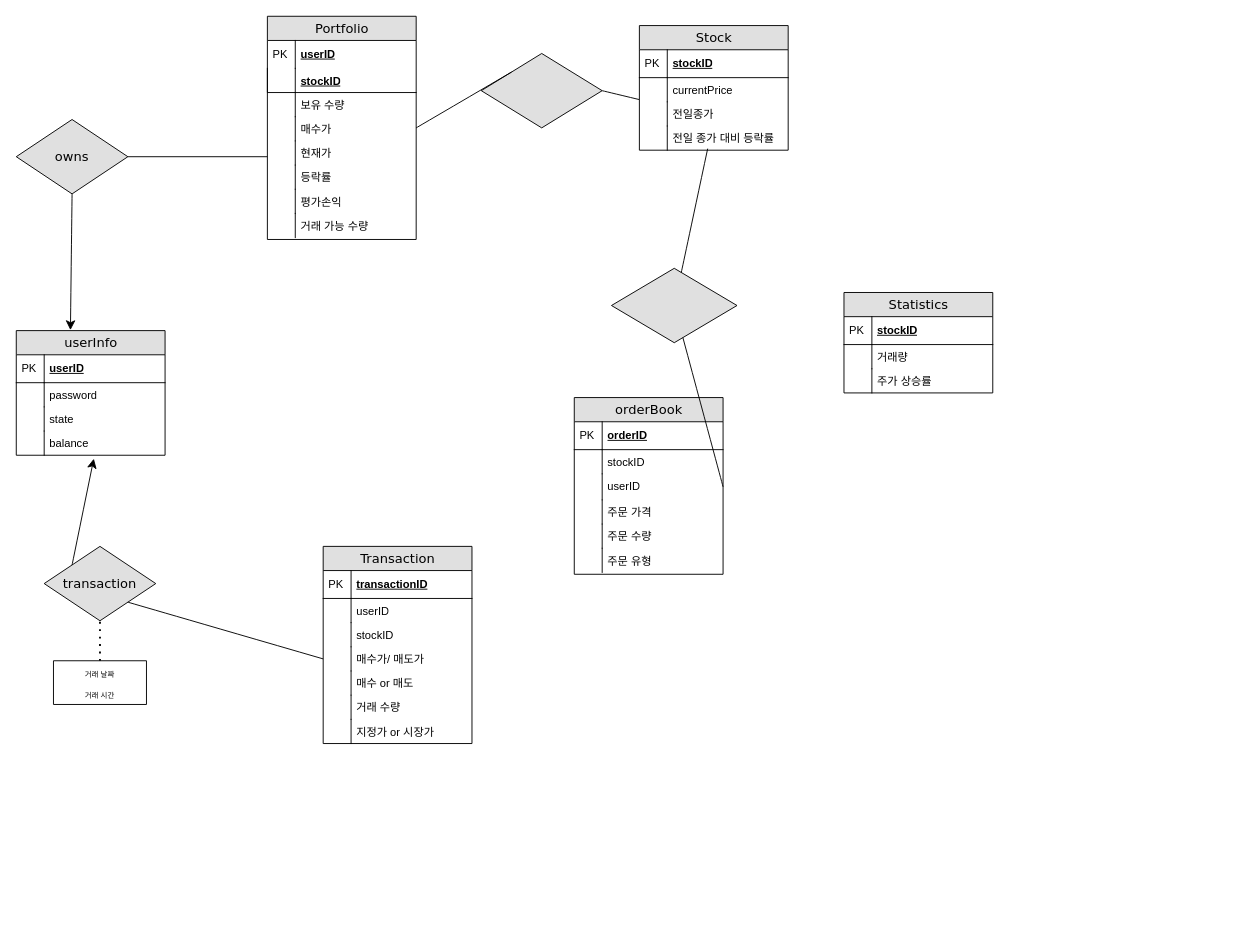
Before: page "Page-1" (1 of 2) of 제목 없는 다이어그램.drawio in juri1135/DBMS_2024, a draw.io diagram. Source tidied: cells renumbered, new cells numbered last; positions are measured from the earlier drawing's top-left corner, leaving out a move shared by most shapes. Both pictures are drawn from the tidied source at 93%, with x=0, y=0 at pixel (16, 16).
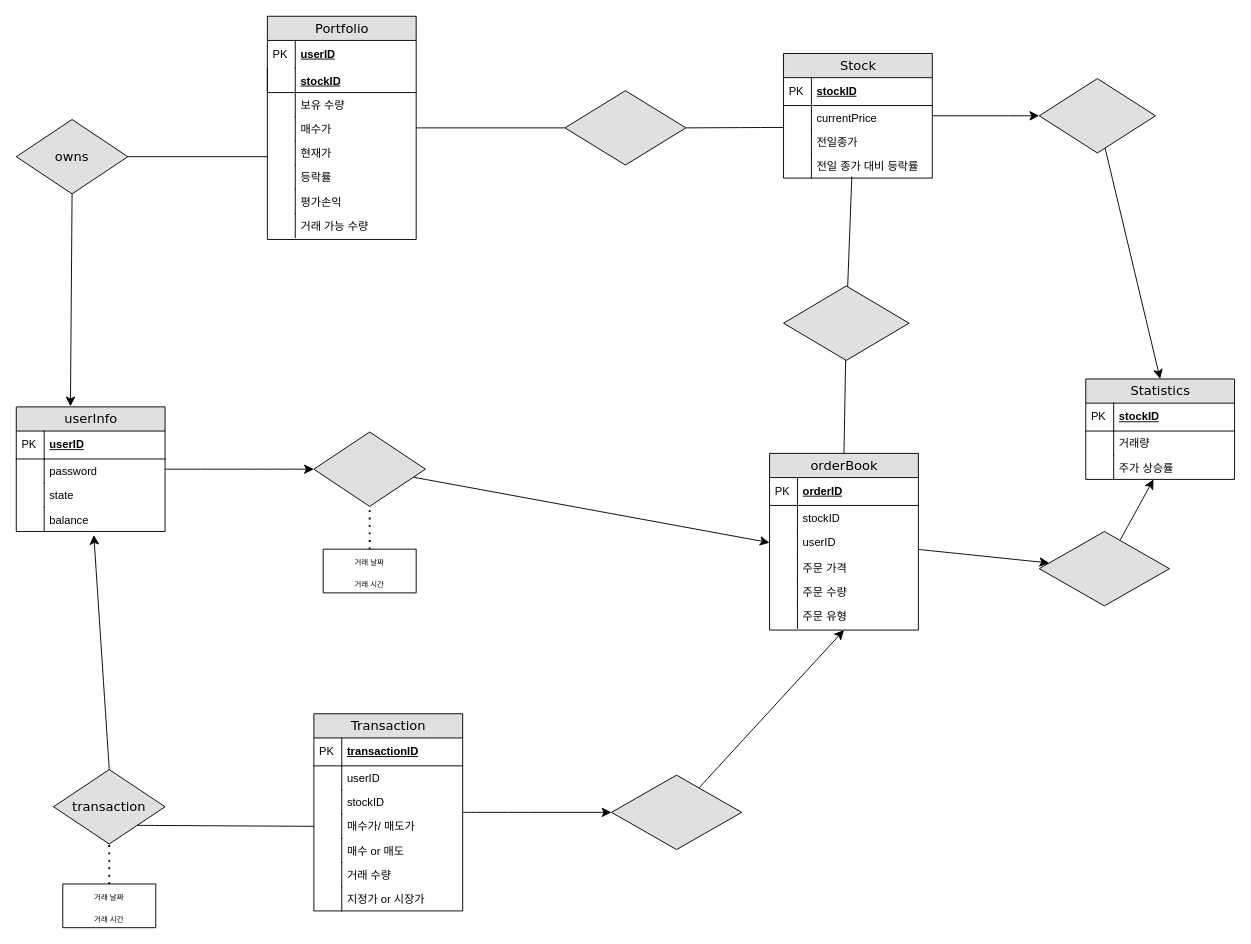
The same page after the edit.

Commit message (it also covers changes not shown here):
제목 없는 다이어그램.drawio 업데이트

The change refers to these unchanged cells:
```xml
<mxCell id="39" value="userID" style="shape=partialRectangle;top=0;left=0;right=0;bottom=0;html=1;align=left;verticalAlign=top;fillColor=none;spacingLeft=34;spacingRight=4;whiteSpace=wrap;overflow=hidden;points=[[0,0.5],[1,0.5]];portConstraint=eastwest;" parent="34" vertex="1">
  <mxGeometry y="82" width="160" height="28" as="geometry" />
</mxCell>
<mxCell id="61" value="주가 상승률" style="shape=partialRectangle;top=0;left=0;right=0;bottom=0;html=1;align=left;verticalAlign=top;fillColor=none;spacingLeft=34;spacingRight=4;whiteSpace=wrap;overflow=hidden;points=[[0,0.5],[1,0.5]];portConstraint=eastwest;" parent="56" vertex="1">
  <mxGeometry y="82" width="160" height="26" as="geometry" />
</mxCell>
<mxCell id="70" value="balance" style="shape=partialRectangle;top=0;left=0;right=0;bottom=0;html=1;align=left;verticalAlign=top;fillColor=none;spacingLeft=34;spacingRight=4;whiteSpace=wrap;overflow=hidden;points=[[0,0.5],[1,0.5]];portConstraint=eastwest;" parent="63" vertex="1">
  <mxGeometry y="108" width="160" height="26" as="geometry" />
</mxCell>
```

Change to the diagram source:
```diff
@@
+    <mxCell id="88" style="edgeStyle=none;curved=1;rounded=0;jettySize=auto;html=1;fontSize=12;startSize=8;endSize=8;" parent="1" edge="1" source="19" target="93">
+      <mxGeometry relative="1" as="geometry" />
+    </mxCell>
     <mxCell id="19" value="Transaction" style="swimlane;html=1;fontStyle=0;horizontal=1;startSize=26;fillColor=#e0e0e0;swimlaneFillColor=#ffffff;align=center;rounded=0;shadow=0;comic=0;labelBackgroundColor=none;strokeWidth=1;fontFamily=Verdana;fontSize=14;" parent="1" vertex="1">
-      <mxGeometry x="330" y="570" width="160" height="212" as="geometry" />
+      <mxGeometry x="320" y="750" width="160" height="212" as="geometry" />
     </mxCell>
@@
+    <mxCell id="89" style="edgeStyle=none;curved=1;rounded=0;jettySize=auto;html=1;fontSize=12;startSize=8;endSize=8;" parent="1" edge="1" source="34" target="97">
+      <mxGeometry relative="1" as="geometry" />
+    </mxCell>
     <mxCell id="34" value="orderBook" style="swimlane;html=1;fontStyle=0;horizontal=1;startSize=26;fillColor=#e0e0e0;swimlaneFillColor=#ffffff;align=center;rounded=0;shadow=0;comic=0;labelBackgroundColor=none;strokeWidth=1;fontFamily=Verdana;fontSize=14;" parent="1" vertex="1">
-      <mxGeometry x="600" y="410" width="160" height="190" as="geometry" />
+      <mxGeometry x="810" y="470" width="160" height="190" as="geometry" />
     </mxCell>
@@
+    <mxCell id="90" style="edgeStyle=none;curved=1;rounded=0;jettySize=auto;html=1;fontSize=12;startSize=8;endSize=8;" parent="1" edge="1" source="47" target="99">
+      <mxGeometry relative="1" as="geometry" />
+    </mxCell>
     <mxCell id="47" value="Stock" style="swimlane;html=1;fontStyle=0;horizontal=1;startSize=26;fillColor=#e0e0e0;swimlaneFillColor=#ffffff;align=center;rounded=0;shadow=0;comic=0;labelBackgroundColor=none;strokeWidth=1;fontFamily=Verdana;fontSize=14;" parent="1" vertex="1">
-      <mxGeometry x="670" y="10" width="160" height="134" as="geometry" />
+      <mxGeometry x="825" y="40" width="160" height="134" as="geometry" />
     </mxCell>
@@
     <mxCell id="56" value="Statistics" style="swimlane;html=1;fontStyle=0;horizontal=1;startSize=26;fillColor=#e0e0e0;swimlaneFillColor=#ffffff;align=center;rounded=0;shadow=0;comic=0;labelBackgroundColor=none;strokeWidth=1;fontFamily=Verdana;fontSize=14;" parent="1" vertex="1">
-      <mxGeometry x="890" y="297" width="160" height="108" as="geometry" />
+      <mxGeometry x="1150" y="390" width="160" height="108" as="geometry" />
     </mxCell>
@@
+    <mxCell id="91" style="edgeStyle=none;curved=1;rounded=0;jettySize=auto;html=1;fontSize=12;startSize=8;endSize=8;" parent="1" edge="1" source="63" target="95">
+      <mxGeometry relative="1" as="geometry" />
+    </mxCell>
     <mxCell id="63" value="userInfo" style="swimlane;html=1;fontStyle=0;horizontal=1;startSize=26;fillColor=#e0e0e0;swimlaneFillColor=#ffffff;align=center;rounded=0;shadow=0;comic=0;labelBackgroundColor=none;strokeWidth=1;fontFamily=Verdana;fontSize=14;" parent="1" vertex="1">
-      <mxGeometry y="338" width="160" height="134" as="geometry" />
+      <mxGeometry y="420" width="160" height="134" as="geometry" />
     </mxCell>
@@
     <mxCell id="75" style="rhombus;whiteSpace=wrap;html=1;fontSize=14;fontFamily=Verdana;fillColor=#e0e0e0;fontStyle=0;startSize=26;swimlaneFillColor=#ffffff;rounded=0;shadow=0;comic=0;labelBackgroundColor=none;strokeWidth=1;" parent="1" vertex="1">
-      <mxGeometry x="500" y="40" width="130" height="80" as="geometry" />
+      <mxGeometry x="590" y="80" width="130" height="80" as="geometry" />
     </mxCell>
-    <mxCell id="76" style="endArrow=none;html=1;rounded=0;fontSize=12;startSize=8;endSize=8;curved=1;entryX=0;entryY=0;entryDx=0;entryDy=0;" parent="1" edge="1" target="75">
+    <mxCell id="76" style="endArrow=none;html=1;rounded=0;fontSize=12;startSize=8;endSize=8;curved=1;entryX=0;entryY=0.5;entryDx=0;entryDy=0;" parent="1" edge="1" target="75">
       <mxGeometry relative="1" as="geometry">
         <mxPoint x="430" y="120" as="sourcePoint" />
       </mxGeometry>
     </mxCell>
     <mxCell id="77" style="endArrow=none;html=1;rounded=0;fontSize=12;startSize=8;endSize=8;curved=1;entryX=-0.015;entryY=0.941;entryDx=0;entryDy=0;entryPerimeter=0;exitX=1;exitY=0.5;exitDx=0;exitDy=0;" parent="1" edge="1" source="75">
       <mxGeometry relative="1" as="geometry">
-        <mxPoint x="669.6" y="89.5" as="targetPoint" />
+        <mxPoint x="824.6" y="119.5" as="targetPoint" />
       </mxGeometry>
     </mxCell>
     <mxCell id="78" value="transaction" style="rhombus;whiteSpace=wrap;html=1;fontSize=14;fontFamily=Verdana;fillColor=#e0e0e0;fontStyle=0;startSize=26;swimlaneFillColor=#ffffff;rounded=0;shadow=0;comic=0;labelBackgroundColor=none;strokeWidth=1;" parent="1" vertex="1">
-      <mxGeometry x="30" y="570" width="120" height="80" as="geometry" />
+      <mxGeometry x="40" y="810" width="120" height="80" as="geometry" />
     </mxCell>
-    <mxCell id="79" style="edgeStyle=none;curved=1;rounded=0;jettySize=auto;html=1;exitX=0;exitY=0;exitDx=0;exitDy=0;entryX=0.521;entryY=1.142;entryDx=0;entryDy=0;entryPerimeter=0;fontSize=12;startSize=8;endSize=8;" parent="1" edge="1" source="78" target="70">
+    <mxCell id="79" style="edgeStyle=none;curved=1;rounded=0;jettySize=auto;html=1;exitX=0.5;exitY=0;exitDx=0;exitDy=0;entryX=0.521;entryY=1.142;entryDx=0;entryDy=0;entryPerimeter=0;fontSize=12;startSize=8;endSize=8;" parent="1" edge="1" source="78" target="70">
       <mxGeometry relative="1" as="geometry" />
     </mxCell>
@@
     <mxCell id="81" style="swimlane;startSize=0;" parent="1" vertex="1">
-      <mxGeometry x="40" y="693" width="100" height="47" as="geometry" />
+      <mxGeometry x="50" y="933" width="100" height="47" as="geometry" />
     </mxCell>
@@
     <mxCell id="85" style="rhombus;whiteSpace=wrap;html=1;fontSize=14;fontFamily=Verdana;fillColor=#e0e0e0;fontStyle=0;startSize=26;swimlaneFillColor=#ffffff;rounded=0;shadow=0;comic=0;labelBackgroundColor=none;strokeWidth=1;" parent="1" vertex="1">
-      <mxGeometry x="640" y="271" width="135" height="80" as="geometry" />
+      <mxGeometry x="825" y="290" width="135" height="80" as="geometry" />
     </mxCell>
-    <mxCell id="86" style="endArrow=none;html=1;rounded=0;fontSize=12;startSize=8;endSize=8;curved=1;exitX=1;exitY=0.5;exitDx=0;exitDy=0;" parent="1" edge="1" source="39" target="85">
+    <mxCell id="86" style="endArrow=none;html=1;rounded=0;fontSize=12;startSize=8;endSize=8;curved=1;exitX=0.5;exitY=0;exitDx=0;exitDy=0;" parent="1" edge="1" source="34" target="85">
       <mxGeometry relative="1" as="geometry" />
     </mxCell>
@@
+    <mxCell id="92" style="edgeStyle=none;curved=1;rounded=0;jettySize=auto;html=1;entryX=0.5;entryY=1;entryDx=0;entryDy=0;fontSize=12;startSize=8;endSize=8;" parent="1" edge="1" source="93" target="34">
+      <mxGeometry relative="1" as="geometry" />
+    </mxCell>
+    <mxCell id="93" style="rhombus;whiteSpace=wrap;html=1;fontSize=14;fontFamily=Verdana;fillColor=#e0e0e0;fontStyle=0;startSize=26;swimlaneFillColor=#ffffff;rounded=0;shadow=0;comic=0;labelBackgroundColor=none;strokeWidth=1;" parent="1" vertex="1">
+      <mxGeometry x="640" y="816" width="140" height="80" as="geometry" />
+    </mxCell>
+    <mxCell id="94" style="edgeStyle=none;curved=1;rounded=0;jettySize=auto;html=1;entryX=0;entryY=0.5;entryDx=0;entryDy=0;fontSize=12;startSize=8;endSize=8;" parent="1" edge="1" source="95" target="39">
+      <mxGeometry relative="1" as="geometry" />
+    </mxCell>
+    <mxCell id="95" style="rhombus;whiteSpace=wrap;html=1;fontSize=14;fontFamily=Verdana;fillColor=#e0e0e0;fontStyle=0;startSize=26;swimlaneFillColor=#ffffff;rounded=0;shadow=0;comic=0;labelBackgroundColor=none;strokeWidth=1;" parent="1" vertex="1">
+      <mxGeometry x="320" y="447" width="120" height="80" as="geometry" />
+    </mxCell>
+    <mxCell id="96" style="edgeStyle=none;curved=1;rounded=0;jettySize=auto;html=1;fontSize=12;startSize=8;endSize=8;" parent="1" edge="1" source="97" target="61">
+      <mxGeometry relative="1" as="geometry" />
+    </mxCell>
+    <mxCell id="97" style="rhombus;whiteSpace=wrap;html=1;fontSize=14;fontFamily=Verdana;fillColor=#e0e0e0;fontStyle=0;startSize=26;swimlaneFillColor=#ffffff;rounded=0;shadow=0;comic=0;labelBackgroundColor=none;strokeWidth=1;" parent="1" vertex="1">
+      <mxGeometry x="1100" y="554" width="140" height="80" as="geometry" />
+    </mxCell>
+    <mxCell id="98" style="edgeStyle=none;curved=1;rounded=0;jettySize=auto;html=1;entryX=0.5;entryY=0;entryDx=0;entryDy=0;fontSize=12;startSize=8;endSize=8;" parent="1" edge="1" source="99" target="56">
+      <mxGeometry relative="1" as="geometry" />
+    </mxCell>
+    <mxCell id="99" style="rhombus;whiteSpace=wrap;html=1;fontSize=14;fontFamily=Verdana;fillColor=#e0e0e0;fontStyle=0;startSize=26;swimlaneFillColor=#ffffff;rounded=0;shadow=0;comic=0;labelBackgroundColor=none;strokeWidth=1;" parent="1" vertex="1">
+      <mxGeometry x="1100" y="67" width="125" height="80" as="geometry" />
+    </mxCell>
+    <mxCell id="100" style="swimlane;startSize=0;" parent="1" vertex="1">
+      <mxGeometry x="330" y="573" width="100" height="47" as="geometry" />
+    </mxCell>
+    <mxCell id="101" value="&lt;font style=&quot;font-size: 8px;&quot;&gt;거래 날짜&lt;/font&gt;" style="text;html=1;align=center;verticalAlign=middle;whiteSpace=wrap;rounded=0;fontSize=16;" parent="100" vertex="1">
+      <mxGeometry width="100" height="23" as="geometry" />
+    </mxCell>
+    <mxCell id="102" value="&lt;font style=&quot;font-size: 8px;&quot;&gt;거래 시간&lt;/font&gt;" style="text;html=1;align=center;verticalAlign=middle;whiteSpace=wrap;rounded=0;fontSize=16;" parent="100" vertex="1">
+      <mxGeometry y="23" width="100" height="23" as="geometry" />
+    </mxCell>
+    <mxCell id="103" style="endArrow=none;dashed=1;html=1;dashPattern=1 3;strokeWidth=2;rounded=0;fontSize=12;startSize=8;endSize=8;curved=1;exitX=0.5;exitY=0;exitDx=0;exitDy=0;entryX=0.5;entryY=1;entryDx=0;entryDy=0;" parent="1" edge="1" source="101">
+      <mxGeometry relative="1" as="geometry">
+        <mxPoint x="380" y="530" as="targetPoint" />
+      </mxGeometry>
+    </mxCell>
```
